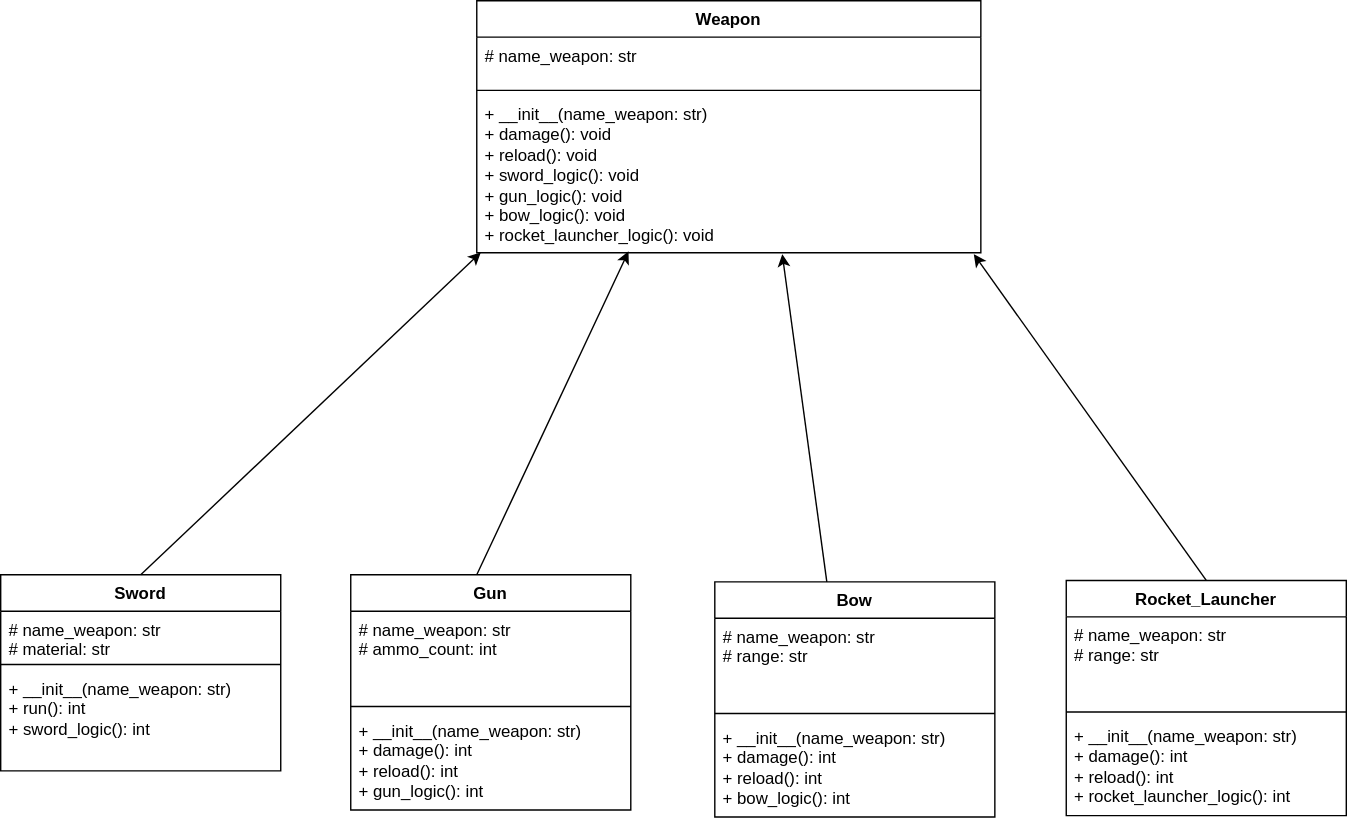
Earlier version of the draw.io export Lab_act3.drawio.svg (Ace2k5/CS121_LAB-3_ACTIVITY_CS-1203_GROUP-9). Source tidied: cells renumbered, new cells last; positions are measured from the earlier drawing's top-left corner, leaving out a move shared by most shapes.
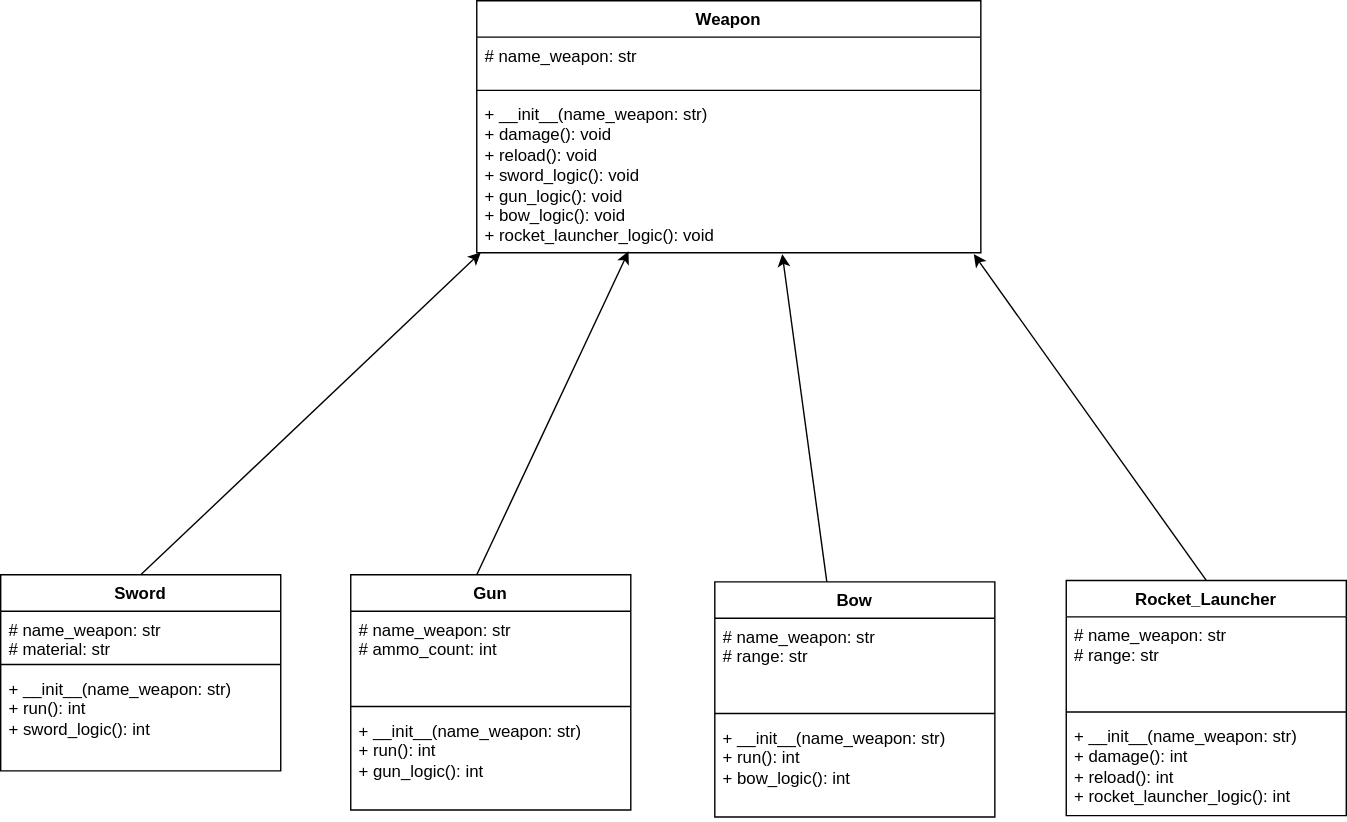
After the change.

Diff of the diagram source:
```diff
@@ -35,7 +35,7 @@
     <mxCell id="12" style="line;strokeWidth=1;fillColor=none;align=left;verticalAlign=middle;spacingTop=-1;spacingLeft=3;spacingRight=3;labelPosition=right;strokeColor=inherit;" parent="10" vertex="1">
       <mxGeometry y="90" width="200" height="8" as="geometry" />
     </mxCell>
-    <mxCell id="13" value="&lt;div&gt;&lt;div&gt;&lt;span style=&quot;background-color: transparent; color: light-dark(rgb(0, 0, 0), rgb(255, 255, 255));&quot;&gt;+ __init__(name_weapon: str)&lt;/span&gt;&lt;/div&gt;&lt;div&gt;+ damage(): int&lt;/div&gt;&lt;/div&gt;&lt;div&gt;+ reload(): int&lt;/div&gt;&lt;div&gt;+ gun_logic(): int&lt;/div&gt;" style="text;strokeColor=none;fillColor=none;align=left;verticalAlign=top;spacingLeft=4;spacingRight=4;overflow=hidden;whiteSpace=wrap;html=1;" parent="10" vertex="1">
+    <mxCell id="13" value="&lt;div&gt;&lt;div&gt;&lt;span style=&quot;background-color: transparent; color: light-dark(rgb(0, 0, 0), rgb(255, 255, 255));&quot;&gt;+ __init__(name_weapon: str)&lt;/span&gt;&lt;/div&gt;&lt;div&gt;+ run(): int&lt;/div&gt;&lt;/div&gt;&lt;div&gt;&lt;span style=&quot;background-color: transparent; color: light-dark(rgb(0, 0, 0), rgb(255, 255, 255));&quot;&gt;+ gun_logic(): int&lt;/span&gt;&lt;/div&gt;" style="text;strokeColor=none;fillColor=none;align=left;verticalAlign=top;spacingLeft=4;spacingRight=4;overflow=hidden;whiteSpace=wrap;html=1;" parent="10" vertex="1">
       <mxGeometry y="98" width="200" height="70" as="geometry" />
     </mxCell>
     <mxCell id="14" value="Bow" style="swimlane;fontStyle=1;align=center;verticalAlign=top;horizontal=1;startSize=26;whiteSpace=wrap;html=1;" parent="1" vertex="1">
@@ -47,7 +47,7 @@
     <mxCell id="16" style="line;strokeWidth=1;fillColor=none;align=left;verticalAlign=middle;spacingTop=-1;spacingLeft=3;spacingRight=3;labelPosition=right;strokeColor=inherit;" parent="14" vertex="1">
       <mxGeometry y="90" width="200" height="8" as="geometry" />
     </mxCell>
-    <mxCell id="17" value="&lt;div&gt;&lt;div&gt;&lt;span style=&quot;background-color: transparent; color: light-dark(rgb(0, 0, 0), rgb(255, 255, 255));&quot;&gt;+ __init__(name_weapon: str)&lt;/span&gt;&lt;/div&gt;&lt;div&gt;+ damage(): int&lt;/div&gt;&lt;/div&gt;&lt;div&gt;+ reload(): int&lt;/div&gt;&lt;div&gt;+ bow_logic(): int&lt;/div&gt;" style="text;strokeColor=none;fillColor=none;align=left;verticalAlign=top;spacingLeft=4;spacingRight=4;overflow=hidden;whiteSpace=wrap;html=1;" parent="14" vertex="1">
+    <mxCell id="17" value="&lt;div&gt;&lt;div&gt;&lt;span style=&quot;background-color: transparent; color: light-dark(rgb(0, 0, 0), rgb(255, 255, 255));&quot;&gt;+ __init__(name_weapon: str)&lt;/span&gt;&lt;/div&gt;&lt;div&gt;+ run(): int&lt;/div&gt;&lt;/div&gt;&lt;div&gt;+ bow_logic(): int&lt;/div&gt;" style="text;strokeColor=none;fillColor=none;align=left;verticalAlign=top;spacingLeft=4;spacingRight=4;overflow=hidden;whiteSpace=wrap;html=1;" parent="14" vertex="1">
       <mxGeometry y="98" width="200" height="70" as="geometry" />
     </mxCell>
     <mxCell id="18" value="Rocket_Launcher" style="swimlane;fontStyle=1;align=center;verticalAlign=top;horizontal=1;startSize=26;whiteSpace=wrap;html=1;" parent="1" vertex="1">
```
